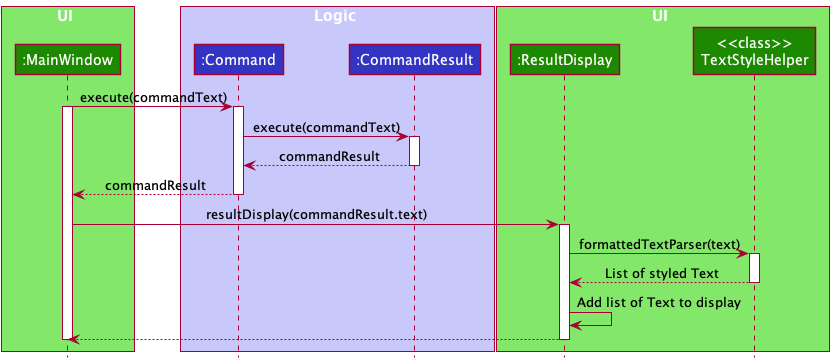
Above: docs/images/MarkdownTextStylerDiagram.png in nus-cs2103-AY2122S2/tp (PlantUML), before the change. Its source is kept beside it as docs/diagrams/MarkdownTextStylerDiagram.puml.
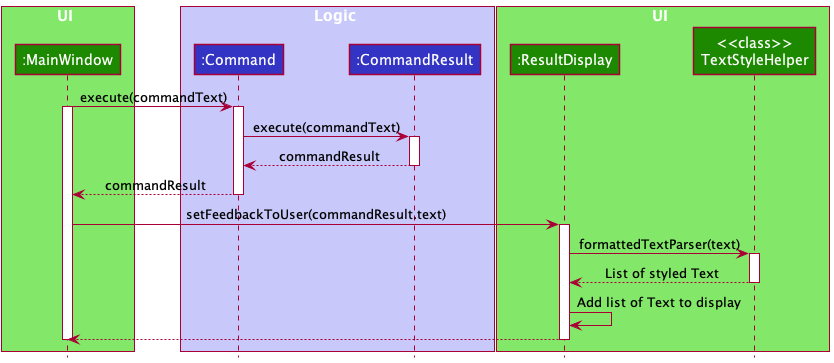
The same file after the commit.

The edit, as a diff of the source:
```diff
@@ -26,7 +26,7 @@
 
 
 
-MainWindow -> ResultDisplay : resultDisplay(commandResult.text)
+MainWindow -> ResultDisplay : setFeedbackToUser(commandResult.text)
 activate ResultDisplay
 
 ResultDisplay -> TextStyleHelper : formattedTextParser(text)
```
